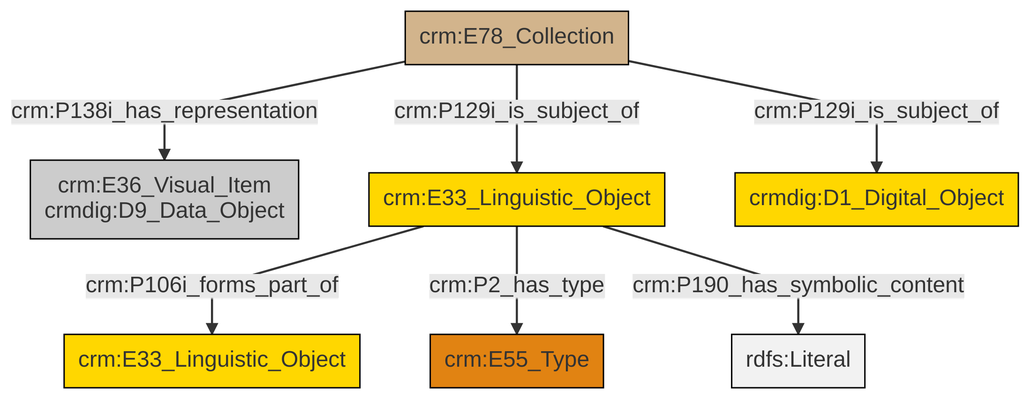
The Mermaid diagram et/archivalCSV/ttl/mmd/png/archival_docs.png in swiss-art-research-net/docs.swissartresearch, before a commit. Its source is kept beside it as et/archivalCSV/ttl/mmd/archival_docs.ttl.mmd.
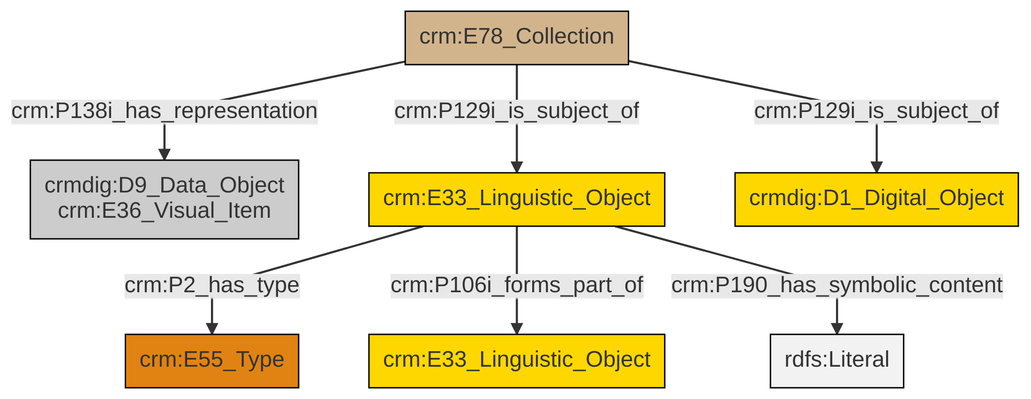
After the commit.

Change to the diagram source:
```diff
@@ -13,9 +13,9 @@
 classDef PC_Classes fill:#4ce600, stroke:#000000;
 classDef Multi fill:#cccccc,stroke:#000000;
 
-2["crm:E33_Linguistic_Object"]:::Conceptual_Object -->|crm:P106i_forms_part_of| 3["crm:E33_Linguistic_Object"]:::Conceptual_Object
-5["crm:E78_Collection"]:::Physical_Thing -->|crm:P129i_is_subject_of| 9["crmdig:D1_Digital_Object"]:::Conceptual_Object
-2["crm:E33_Linguistic_Object"]:::Conceptual_Object -->|crm:P2_has_type| 11["crm:E55_Type"]:::Type
-2["crm:E33_Linguistic_Object"]:::Conceptual_Object -->|crm:P190_has_symbolic_content| 13[rdfs:Literal]:::Literal
-5["crm:E78_Collection"]:::Physical_Thing -->|crm:P138i_has_representation| 0["crm:E36_Visual_Item<br>crmdig:D9_Data_Object"]:::Multi
-5["crm:E78_Collection"]:::Physical_Thing -->|crm:P129i_is_subject_of| 2["crm:E33_Linguistic_Object"]:::Conceptual_Object
+2["crm:E78_Collection"]:::Physical_Thing -->|crm:P138i_has_representation| 0["crmdig:D9_Data_Object<br>crm:E36_Visual_Item"]:::Multi
+5["crm:E33_Linguistic_Object"]:::Conceptual_Object -->|crm:P2_has_type| 3["crm:E55_Type"]:::Type
+2["crm:E78_Collection"]:::Physical_Thing -->|crm:P129i_is_subject_of| 9["crmdig:D1_Digital_Object"]:::Conceptual_Object
+2["crm:E78_Collection"]:::Physical_Thing -->|crm:P129i_is_subject_of| 5["crm:E33_Linguistic_Object"]:::Conceptual_Object
+5["crm:E33_Linguistic_Object"]:::Conceptual_Object -->|crm:P106i_forms_part_of| 7["crm:E33_Linguistic_Object"]:::Conceptual_Object
+5["crm:E33_Linguistic_Object"]:::Conceptual_Object -->|crm:P190_has_symbolic_content| 12[rdfs:Literal]:::Literal
```
